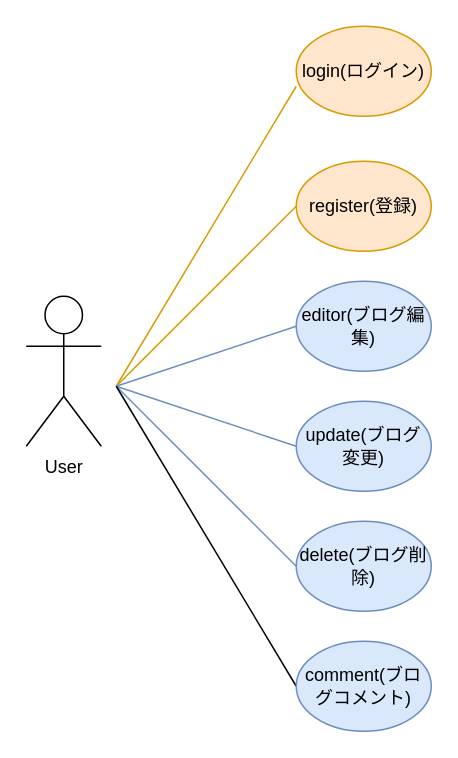
Above: usecase.drawio in liutianqiltq/liutianqiblog (draw.io), before the change. Source tidied: cells renumbered, new cells numbered last; positions are measured from the earlier drawing's top-left corner, leaving out a move shared by most shapes. Both pictures are drawn from the tidied source at 150%, with x=0, y=0 at pixel (26, 26).
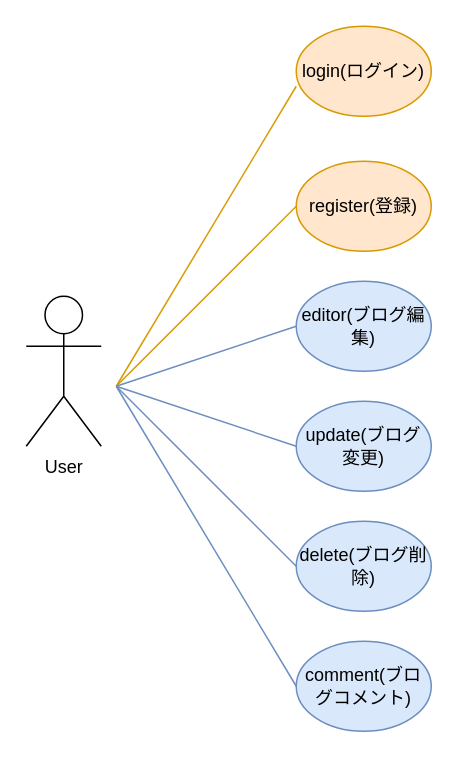
After the change.

Change to the diagram source:
```diff
@@
-    <mxCell id="13" style="endArrow=none;html=1;rounded=0;" parent="1" edge="1">
+    <mxCell id="13" style="endArrow=none;html=1;rounded=0;fillColor=#dae8fc;strokeColor=#6c8ebf;" parent="1" edge="1">
       <mxGeometry relative="1" as="geometry">
         <mxPoint x="60" y="240" as="sourcePoint" />
         <mxPoint x="180" y="440" as="targetPoint" />
       </mxGeometry>
     </mxCell>
```
